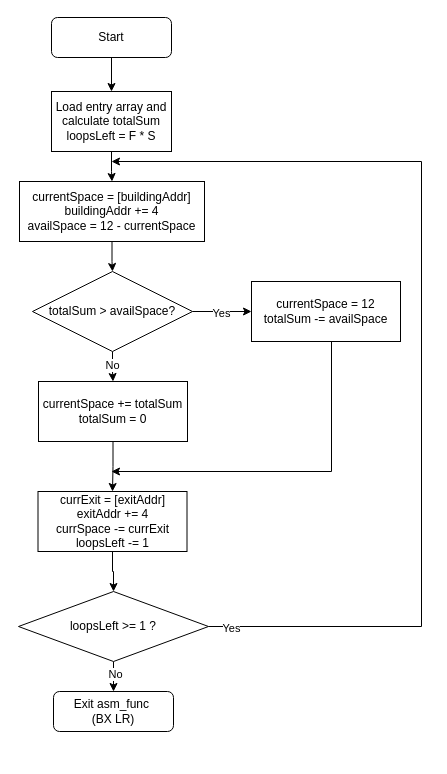
The draw.io diagram flowchart.drawio in wongwh2002/CG2028Project, before the edit. Source tidied: cells renumbered, new cells numbered last; positions are measured from the earlier drawing's top-left corner, leaving out a move shared by most shapes. Both pictures are drawn from the tidied source at 100%, with x=0, y=0 at pixel (18, 17).
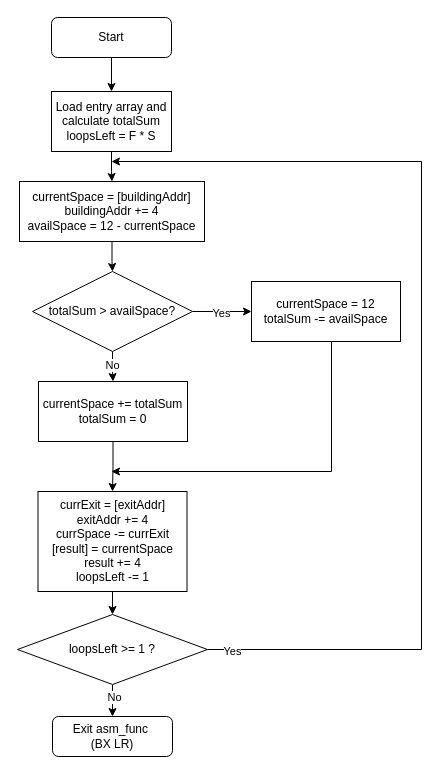
After the change.

Diff of the diagram source:
```diff
@@
-    <mxCell id="18" value="currExit = [exitAddr]&lt;div&gt;exitAddr += 4&lt;/div&gt;&lt;div&gt;currSpace -= currExit&lt;/div&gt;&lt;div&gt;loopsLeft -= 1&lt;/div&gt;" style="rounded=0;whiteSpace=wrap;html=1;" parent="1" vertex="1">
-      <mxGeometry x="19.5" y="474" width="149" height="60" as="geometry" />
+    <mxCell id="18" value="currExit = [exitAddr]&lt;div&gt;exitAddr += 4&lt;/div&gt;&lt;div&gt;currSpace -= currExit&lt;/div&gt;&lt;div&gt;[result] = currentSpace&lt;/div&gt;&lt;div&gt;result += 4&lt;/div&gt;&lt;div&gt;loopsLeft -= 1&lt;/div&gt;" style="rounded=0;whiteSpace=wrap;html=1;" parent="1" vertex="1">
+      <mxGeometry x="19.5" y="474" width="149" height="100" as="geometry" />
     </mxCell>
-    <mxCell id="19" style="edgeStyle=orthogonalEdgeStyle;rounded=0;jettySize=auto;html=1;" parent="1" edge="1" source="23">
+    <mxCell id="19" style="edgeStyle=orthogonalEdgeStyle;rounded=0;jettySize=auto;html=1;exitX=1;exitY=0.5;exitDx=0;exitDy=0;" parent="1" edge="1" source="23">
       <mxGeometry relative="1" as="geometry">
         <mxPoint x="93" y="144" as="targetPoint" />
         <Array as="points">
-          <mxPoint x="403" y="609" />
+          <mxPoint x="403" y="632" />
           <mxPoint x="403" y="144" />
         </Array>
       </mxGeometry>
     </mxCell>
@@
     <mxCell id="23" value="loopsLeft &amp;gt;= 1 ?" style="rhombus;whiteSpace=wrap;html=1;" parent="1" vertex="1">
-      <mxGeometry y="574" width="190" height="70" as="geometry" />
+      <mxGeometry x="-1" y="597" width="190" height="70" as="geometry" />
     </mxCell>
     <mxCell id="24" value="Exit asm_func&amp;nbsp;&lt;div&gt;(BX LR)&lt;/div&gt;" style="rounded=1;whiteSpace=wrap;html=1;fontSize=12;glass=0;strokeWidth=1;shadow=0;" parent="1" vertex="1">
-      <mxGeometry x="35" y="674" width="120" height="40" as="geometry" />
+      <mxGeometry x="34" y="699" width="120" height="40" as="geometry" />
     </mxCell>
```
